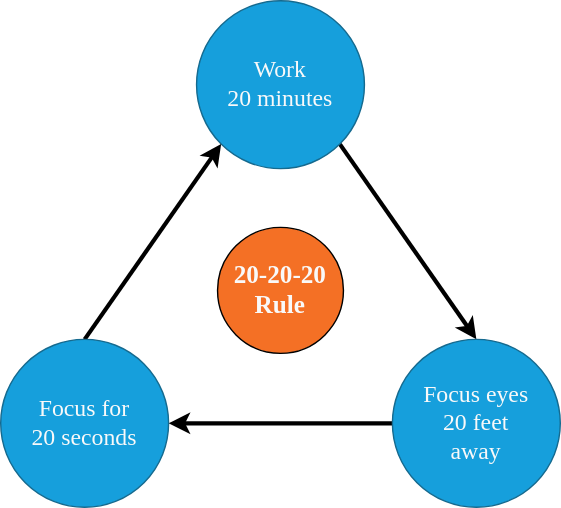
Earlier version of the draw.io export images/20_20_20_rule.drawio.svg (keegangood/strategic_learning). Source tidied: cells renumbered, new cells last; positions are measured from the earlier drawing's top-left corner, leaving out a move shared by most shapes.
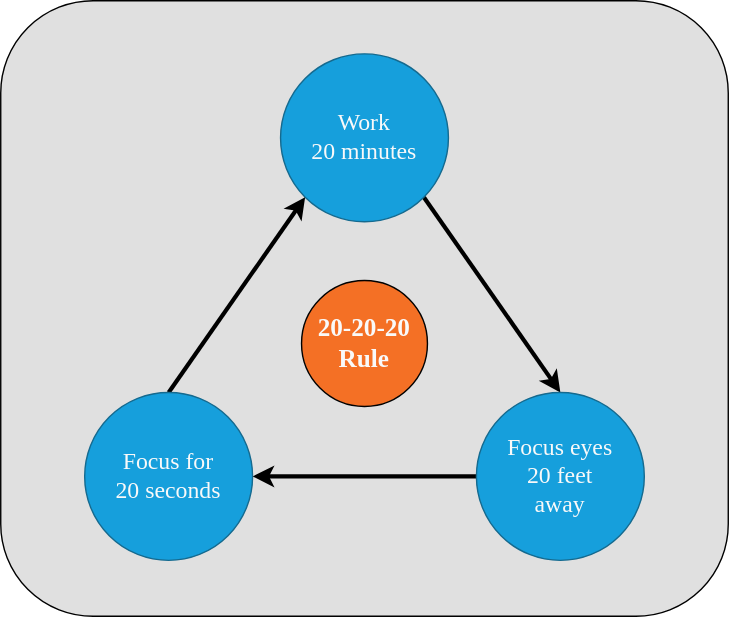
Above is the later version.

Commit message:
added grey background

Diff of the diagram source:
```diff
@@ -2,6 +2,9 @@
   <root>
     <mxCell id="0" />
     <mxCell id="1" parent="0" />
+    <mxCell id="9" style="rounded=1;whiteSpace=wrap;html=1;fillColor=#E0E0E0;strokeColor=#000000;" parent="1" vertex="1">
+      <mxGeometry x="-60" y="-38" width="520" height="440" as="geometry" />
+    </mxCell>
     <mxCell id="2" value="&lt;font color=&quot;#f9f9f9&quot; face=&quot;raleway&quot;&gt;&lt;span style=&quot;font-size: 18px&quot;&gt;&lt;b&gt;20-20-20&lt;br&gt;Rule&lt;br&gt;&lt;/b&gt;&lt;/span&gt;&lt;/font&gt;" style="ellipse;whiteSpace=wrap;html=1;rounded=0;sketch=0;fontColor=#095C86;strokeColor=#000000;fillColor=#f47025;" parent="1" vertex="1">
       <mxGeometry x="155" y="162" width="90" height="90" as="geometry" />
     </mxCell>
```
